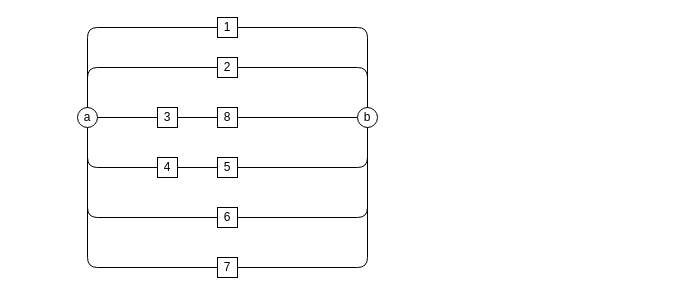
This is drawio/rdb2.drawio from vacagonzalo/mse-isc-tp2, a draw.io file, before an edit. Source tidied: cells renumbered, new cells numbered last; positions are measured from the earlier drawing's top-left corner, leaving out a move shared by most shapes. Both pictures are drawn from the tidied source at 100%, with x=0, y=0 at pixel (77, 17).
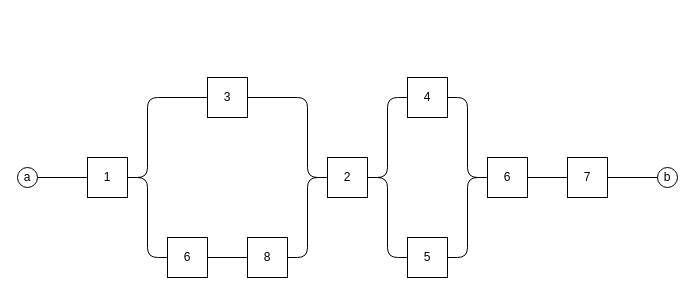
Above is the later version.

Change to the diagram source:
```diff
@@
-    <mxCell id="2" style="edgeStyle=none;html=1;exitX=1;exitY=0.5;exitDx=0;exitDy=0;entryX=0.5;entryY=0;entryDx=0;entryDy=0;endArrow=none;endFill=0;" parent="1" edge="1" source="3" target="23">
-      <mxGeometry relative="1" as="geometry">
-        <Array as="points">
-          <mxPoint x="290" y="10" />
-        </Array>
-      </mxGeometry>
-    </mxCell>
+    <mxCell id="26" style="edgeStyle=none;html=1;exitX=1;exitY=0.5;exitDx=0;exitDy=0;entryX=0;entryY=0.5;entryDx=0;entryDy=0;endArrow=none;endFill=0;" parent="1" edge="1" source="3" target="9">
+      <mxGeometry relative="1" as="geometry">
+        <Array as="points">
+          <mxPoint x="70" y="160" />
+          <mxPoint x="70" y="80" />
+        </Array>
+      </mxGeometry>
+    </mxCell>
+    <mxCell id="27" style="edgeStyle=none;html=1;exitX=1;exitY=0.5;exitDx=0;exitDy=0;entryX=0;entryY=0.5;entryDx=0;entryDy=0;endArrow=none;endFill=0;" parent="1" edge="1" source="3" target="31">
+      <mxGeometry relative="1" as="geometry">
+        <Array as="points">
+          <mxPoint x="70" y="160" />
+          <mxPoint x="70" y="240" />
+        </Array>
+      </mxGeometry>
+    </mxCell>
     <mxCell id="3" value="1" style="rounded=0;whiteSpace=wrap;html=1;" parent="1" vertex="1">
-      <mxGeometry x="140" width="20" height="20" as="geometry" />
+      <mxGeometry x="10" y="140" width="40" height="40" as="geometry" />
     </mxCell>
-    <mxCell id="4" style="edgeStyle=none;html=1;exitX=1;exitY=0.5;exitDx=0;exitDy=0;entryX=0.5;entryY=0;entryDx=0;entryDy=0;endArrow=none;endFill=0;" parent="1" edge="1" source="5" target="23">
-      <mxGeometry relative="1" as="geometry">
-        <Array as="points">
-          <mxPoint x="290" y="50" />
-        </Array>
-      </mxGeometry>
-    </mxCell>
+    <mxCell id="28" style="edgeStyle=none;html=1;exitX=1;exitY=0.5;exitDx=0;exitDy=0;entryX=0;entryY=0.5;entryDx=0;entryDy=0;endArrow=none;endFill=0;" parent="1" edge="1" source="5" target="7">
+      <mxGeometry relative="1" as="geometry">
+        <Array as="points">
+          <mxPoint x="310" y="160" />
+          <mxPoint x="310" y="80" />
+        </Array>
+      </mxGeometry>
+    </mxCell>
+    <mxCell id="29" style="edgeStyle=none;html=1;exitX=1;exitY=0.5;exitDx=0;exitDy=0;entryX=0;entryY=0.5;entryDx=0;entryDy=0;endArrow=none;endFill=0;" parent="1" edge="1" source="5" target="11">
+      <mxGeometry relative="1" as="geometry">
+        <Array as="points">
+          <mxPoint x="310" y="160" />
+          <mxPoint x="310" y="240" />
+        </Array>
+      </mxGeometry>
+    </mxCell>
     <mxCell id="5" value="2" style="rounded=0;whiteSpace=wrap;html=1;" parent="1" vertex="1">
-      <mxGeometry x="140" y="40" width="20" height="20" as="geometry" />
+      <mxGeometry x="250" y="140" width="40" height="40" as="geometry" />
     </mxCell>
-    <mxCell id="6" style="edgeStyle=none;html=1;exitX=1;exitY=0.5;exitDx=0;exitDy=0;entryX=0;entryY=0.5;entryDx=0;entryDy=0;endArrow=none;endFill=0;" parent="1" edge="1" source="7" target="11">
-      <mxGeometry relative="1" as="geometry" />
-    </mxCell>
-    <mxCell id="7" value="4" style="rounded=0;whiteSpace=wrap;html=1;" parent="1" vertex="1">
-      <mxGeometry x="80" y="140" width="20" height="20" as="geometry" />
-    </mxCell>
-    <mxCell id="8" style="edgeStyle=none;html=1;exitX=1;exitY=0.5;exitDx=0;exitDy=0;entryX=0;entryY=0.5;entryDx=0;entryDy=0;endArrow=none;endFill=0;" parent="1" edge="1" source="9" target="13">
-      <mxGeometry relative="1" as="geometry" />
-    </mxCell>
+    <mxCell id="30" style="edgeStyle=none;html=1;exitX=1;exitY=0.5;exitDx=0;exitDy=0;entryX=0;entryY=0.5;entryDx=0;entryDy=0;endArrow=none;endFill=0;" parent="1" edge="1" source="31" target="13">
+      <mxGeometry relative="1" as="geometry" />
+    </mxCell>
+    <mxCell id="31" value="6" style="rounded=0;whiteSpace=wrap;html=1;" parent="1" vertex="1">
+      <mxGeometry x="90" y="220" width="40" height="40" as="geometry" />
+    </mxCell>
+    <mxCell id="32" style="edgeStyle=none;html=1;exitX=1;exitY=0.5;exitDx=0;exitDy=0;entryX=0;entryY=0.5;entryDx=0;entryDy=0;endArrow=none;endFill=0;" parent="1" edge="1" source="11" target="37">
+      <mxGeometry relative="1" as="geometry">
+        <Array as="points">
+          <mxPoint x="390" y="240" />
+          <mxPoint x="390" y="160" />
+        </Array>
+      </mxGeometry>
+    </mxCell>
+    <mxCell id="11" value="5" style="rounded=0;whiteSpace=wrap;html=1;" parent="1" vertex="1">
+      <mxGeometry x="330" y="220" width="40" height="40" as="geometry" />
+    </mxCell>
+    <mxCell id="33" style="edgeStyle=none;html=1;exitX=1;exitY=0.5;exitDx=0;exitDy=0;entryX=0;entryY=0.5;entryDx=0;entryDy=0;endArrow=none;endFill=0;" parent="1" edge="1" source="9" target="5">
+      <mxGeometry relative="1" as="geometry">
+        <Array as="points">
+          <mxPoint x="230" y="80" />
+          <mxPoint x="230" y="160" />
+        </Array>
+      </mxGeometry>
+    </mxCell>
     <mxCell id="9" value="3" style="rounded=0;whiteSpace=wrap;html=1;" parent="1" vertex="1">
-      <mxGeometry x="80" y="90" width="20" height="20" as="geometry" />
+      <mxGeometry x="130" y="60" width="40" height="40" as="geometry" />
     </mxCell>
-    <mxCell id="10" style="edgeStyle=none;html=1;exitX=1;exitY=0.5;exitDx=0;exitDy=0;entryX=0.5;entryY=1;entryDx=0;entryDy=0;endArrow=none;endFill=0;" parent="1" edge="1" source="11" target="23">
-      <mxGeometry relative="1" as="geometry">
-        <Array as="points">
-          <mxPoint x="290" y="150" />
-        </Array>
-      </mxGeometry>
-    </mxCell>
-    <mxCell id="11" value="5" style="rounded=0;whiteSpace=wrap;html=1;" parent="1" vertex="1">
-      <mxGeometry x="140" y="140" width="20" height="20" as="geometry" />
-    </mxCell>
-    <mxCell id="12" style="edgeStyle=none;html=1;exitX=1;exitY=0.5;exitDx=0;exitDy=0;endArrow=none;endFill=0;" parent="1" edge="1" source="13" target="23">
-      <mxGeometry relative="1" as="geometry" />
-    </mxCell>
-    <mxCell id="13" value="8" style="rounded=0;whiteSpace=wrap;html=1;" parent="1" vertex="1">
-      <mxGeometry x="140" y="90" width="20" height="20" as="geometry" />
-    </mxCell>
-    <mxCell id="14" style="edgeStyle=none;html=1;exitX=1;exitY=0.5;exitDx=0;exitDy=0;entryX=0.5;entryY=1;entryDx=0;entryDy=0;endArrow=none;endFill=0;" parent="1" edge="1" source="15" target="23">
-      <mxGeometry relative="1" as="geometry">
-        <Array as="points">
-          <mxPoint x="290" y="250" />
-        </Array>
-      </mxGeometry>
+    <mxCell id="14" style="edgeStyle=none;html=1;exitX=1;exitY=0.5;exitDx=0;exitDy=0;entryX=0;entryY=0.5;entryDx=0;entryDy=0;endArrow=none;endFill=0;" parent="1" edge="1" source="15" target="23">
+      <mxGeometry relative="1" as="geometry" />
     </mxCell>
     <mxCell id="15" value="7" style="rounded=0;whiteSpace=wrap;html=1;" parent="1" vertex="1">
-      <mxGeometry x="140" y="240" width="20" height="20" as="geometry" />
+      <mxGeometry x="490" y="140" width="40" height="40" as="geometry" />
     </mxCell>
+    <mxCell id="34" style="edgeStyle=none;html=1;exitX=1;exitY=0.5;exitDx=0;exitDy=0;entryX=0;entryY=0.5;entryDx=0;entryDy=0;endArrow=none;endFill=0;" parent="1" edge="1" source="7" target="37">
+      <mxGeometry relative="1" as="geometry">
+        <Array as="points">
+          <mxPoint x="390" y="80" />
+          <mxPoint x="390" y="160" />
+        </Array>
+      </mxGeometry>
+    </mxCell>
+    <mxCell id="7" value="4" style="rounded=0;whiteSpace=wrap;html=1;" parent="1" vertex="1">
+      <mxGeometry x="330" y="60" width="40" height="40" as="geometry" />
+    </mxCell>
+    <mxCell id="23" value="b" style="ellipse;whiteSpace=wrap;html=1;" parent="1" vertex="1">
+      <mxGeometry x="580" y="150" width="20" height="20" as="geometry" />
+    </mxCell>
-    <mxCell id="16" style="edgeStyle=none;html=1;exitX=0.5;exitY=0;exitDx=0;exitDy=0;entryX=0;entryY=0.5;entryDx=0;entryDy=0;endArrow=none;endFill=0;" parent="1" edge="1" source="22" target="3">
-      <mxGeometry relative="1" as="geometry">
-        <Array as="points">
-          <mxPoint x="10" y="10" />
-        </Array>
-      </mxGeometry>
+    <mxCell id="16" style="edgeStyle=none;html=1;exitX=1;exitY=0.5;exitDx=0;exitDy=0;entryX=0;entryY=0.5;entryDx=0;entryDy=0;endArrow=none;endFill=0;" parent="1" edge="1" source="22" target="3">
+      <mxGeometry relative="1" as="geometry" />
     </mxCell>
-    <mxCell id="17" style="edgeStyle=none;html=1;exitX=0.5;exitY=0;exitDx=0;exitDy=0;entryX=0;entryY=0.5;entryDx=0;entryDy=0;endArrow=none;endFill=0;" parent="1" edge="1" source="22" target="5">
-      <mxGeometry relative="1" as="geometry">
-        <Array as="points">
-          <mxPoint x="10" y="50" />
-        </Array>
-      </mxGeometry>
-    </mxCell>
-    <mxCell id="18" style="edgeStyle=none;html=1;exitX=1;exitY=0.5;exitDx=0;exitDy=0;entryX=0;entryY=0.5;entryDx=0;entryDy=0;endArrow=none;endFill=0;" parent="1" edge="1" source="22" target="9">
-      <mxGeometry relative="1" as="geometry" />
-    </mxCell>
-    <mxCell id="19" style="edgeStyle=none;html=1;exitX=0.5;exitY=1;exitDx=0;exitDy=0;entryX=0;entryY=0.5;entryDx=0;entryDy=0;endArrow=none;endFill=0;" parent="1" edge="1" source="22" target="7">
-      <mxGeometry relative="1" as="geometry">
-        <Array as="points">
-          <mxPoint x="10" y="150" />
-        </Array>
-      </mxGeometry>
-    </mxCell>
-    <mxCell id="20" style="edgeStyle=none;html=1;exitX=0.5;exitY=1;exitDx=0;exitDy=0;entryX=0;entryY=0.5;entryDx=0;entryDy=0;endArrow=none;endFill=0;" parent="1" edge="1" source="22" target="25">
-      <mxGeometry relative="1" as="geometry">
-        <Array as="points">
-          <mxPoint x="10" y="200" />
-        </Array>
-      </mxGeometry>
-    </mxCell>
-    <mxCell id="21" style="edgeStyle=none;html=1;exitX=0.5;exitY=1;exitDx=0;exitDy=0;entryX=0;entryY=0.5;entryDx=0;entryDy=0;endArrow=none;endFill=0;" parent="1" edge="1" source="22" target="15">
-      <mxGeometry relative="1" as="geometry">
-        <Array as="points">
-          <mxPoint x="10" y="250" />
-        </Array>
-      </mxGeometry>
-    </mxCell>
     <mxCell id="22" value="a" style="ellipse;whiteSpace=wrap;html=1;" parent="1" vertex="1">
-      <mxGeometry y="90" width="20" height="20" as="geometry" />
+      <mxGeometry x="-60" y="150" width="20" height="20" as="geometry" />
     </mxCell>
-    <mxCell id="23" value="b" style="ellipse;whiteSpace=wrap;html=1;" parent="1" vertex="1">
-      <mxGeometry x="280" y="90" width="20" height="20" as="geometry" />
-    </mxCell>
-    <mxCell id="24" style="edgeStyle=none;html=1;exitX=1;exitY=0.5;exitDx=0;exitDy=0;entryX=0.5;entryY=1;entryDx=0;entryDy=0;endArrow=none;endFill=0;" parent="1" edge="1" source="25" target="23">
-      <mxGeometry relative="1" as="geometry">
-        <Array as="points">
-          <mxPoint x="290" y="200" />
-        </Array>
-      </mxGeometry>
-    </mxCell>
-    <mxCell id="25" value="6" style="rounded=0;whiteSpace=wrap;html=1;" parent="1" vertex="1">
-      <mxGeometry x="140" y="190" width="20" height="20" as="geometry" />
-    </mxCell>
+    <mxCell id="35" style="edgeStyle=none;html=1;exitX=1;exitY=0.5;exitDx=0;exitDy=0;entryX=0;entryY=0.5;entryDx=0;entryDy=0;endArrow=none;endFill=0;" parent="1" edge="1" source="13" target="5">
+      <mxGeometry relative="1" as="geometry">
+        <Array as="points">
+          <mxPoint x="230" y="240" />
+          <mxPoint x="230" y="160" />
+        </Array>
+      </mxGeometry>
+    </mxCell>
+    <mxCell id="13" value="8" style="rounded=0;whiteSpace=wrap;html=1;" parent="1" vertex="1">
+      <mxGeometry x="170" y="220" width="40" height="40" as="geometry" />
+    </mxCell>
+    <mxCell id="36" style="edgeStyle=none;html=1;exitX=1;exitY=0.5;exitDx=0;exitDy=0;entryX=0;entryY=0.5;entryDx=0;entryDy=0;endArrow=none;endFill=0;" parent="1" edge="1" source="37" target="15">
+      <mxGeometry relative="1" as="geometry" />
+    </mxCell>
+    <mxCell id="37" value="6" style="rounded=0;whiteSpace=wrap;html=1;" parent="1" vertex="1">
+      <mxGeometry x="410" y="140" width="40" height="40" as="geometry" />
+    </mxCell>
```
